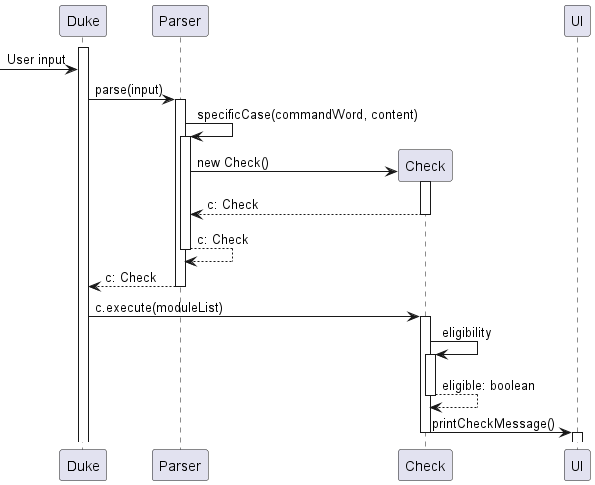
nus-cs2113-AY2223S1/tp keeps this PlantUML diagram as docs/diagrams/CheckUML.png. Above is the earlier version.
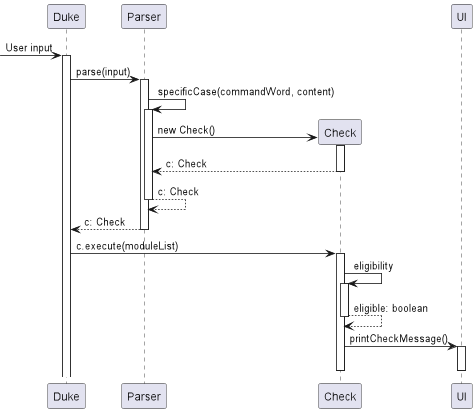
After the change.

What changed in the source:
```diff
@@ -1,6 +1,6 @@
 @startuml
+[-> Duke: User input
 activate Duke
-[-> Duke: User input
 Duke -> Parser: parse(input)
 activate Parser
 Parser -> Parser: specificCase(commandWord, content)
@@ -18,8 +18,8 @@
 activate Check
 return eligible: boolean
 Check -> UI: printCheckMessage()
-deactivate Check
 activate UI
 deactivate UI
+deactivate Check
 
 @enduml
```
